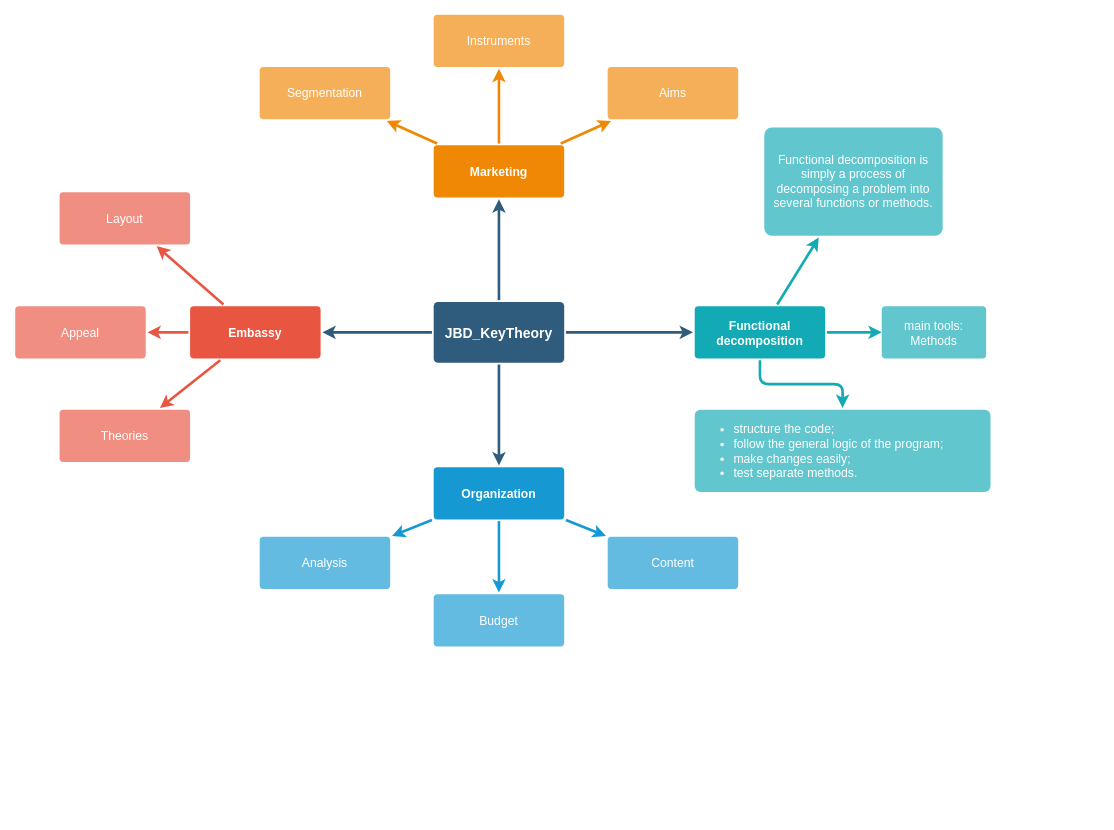
Above: Diagram/JBD_KeyConcepts.drawio in JimFKppt/MyNotes (draw.io), before the change. Source tidied: cells renumbered, new cells numbered last; positions are measured from the earlier drawing's top-left corner, leaving out a move shared by most shapes. Both pictures are drawn from the tidied source at 87%, with x=0, y=0 at pixel (15, 14).
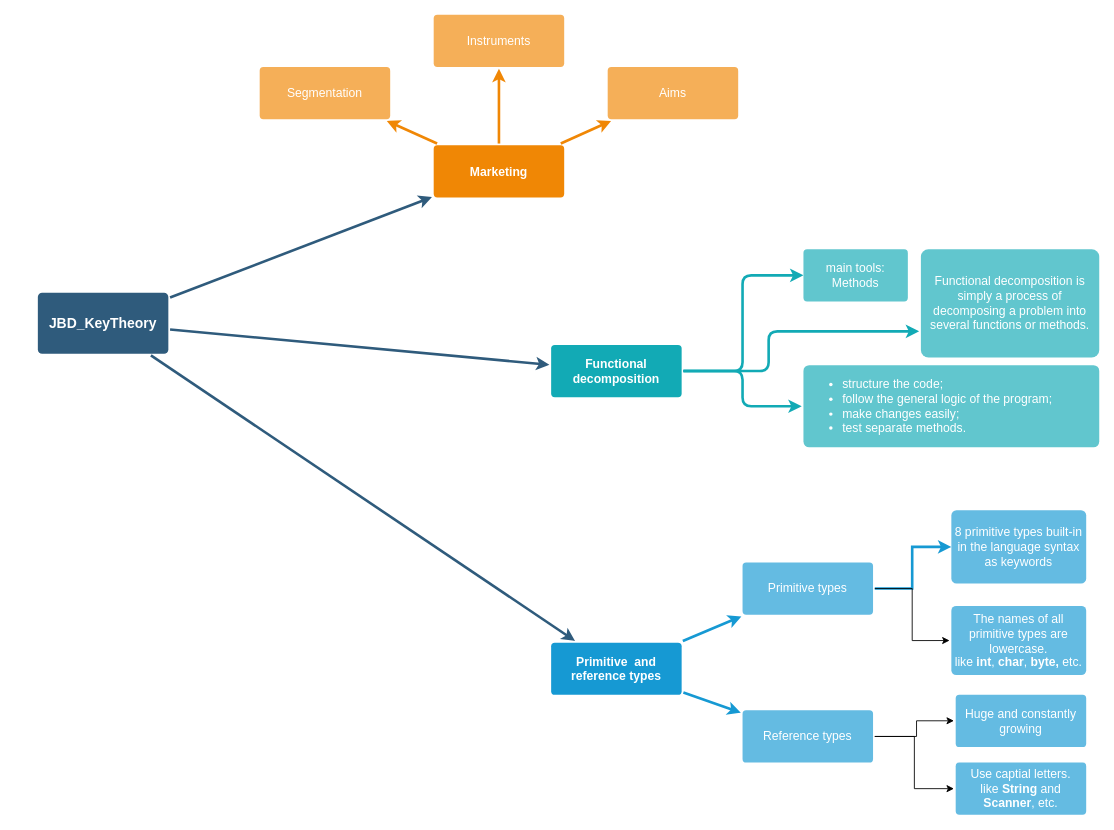
After the change.

Change to the diagram source:
```diff
@@
-    <mxCell id="5" style="edgeStyle=none;rounded=0;jumpStyle=none;html=1;shadow=0;labelBackgroundColor=none;startArrow=none;startFill=0;endArrow=classic;endFill=1;jettySize=auto;strokeColor=#2F5B7C;strokeWidth=3;fontFamily=Helvetica;fontSize=16;fontColor=#23445D;spacing=5;" parent="1" edge="1" source="6" target="10">
-      <mxGeometry relative="1" as="geometry" />
-    </mxCell>
     <mxCell id="6" value="JBD_KeyTheory" style="rounded=1;whiteSpace=wrap;html=1;shadow=0;labelBackgroundColor=none;strokeColor=none;strokeWidth=3;fillColor=#2F5B7C;fontFamily=Helvetica;fontSize=16;fontColor=#FFFFFF;align=center;fontStyle=1;spacing=5;arcSize=7;perimeterSpacing=2;" parent="1" vertex="1">
-      <mxGeometry x="481" y="330.5" width="150" height="70" as="geometry" />
+      <mxGeometry x="26" y="320" width="150" height="70" as="geometry" />
     </mxCell>
-    <mxCell id="7" style="edgeStyle=none;rounded=1;jumpStyle=none;html=1;shadow=0;labelBackgroundColor=none;startArrow=none;startFill=0;jettySize=auto;strokeColor=#E85642;strokeWidth=3;fontFamily=Helvetica;fontSize=14;fontColor=#FFFFFF;spacing=5;fontStyle=1;fillColor=#b0e3e6;" parent="1" edge="1" source="10" target="13">
-      <mxGeometry relative="1" as="geometry" />
-    </mxCell>
-    <mxCell id="8" style="edgeStyle=none;rounded=1;jumpStyle=none;html=1;shadow=0;labelBackgroundColor=none;startArrow=none;startFill=0;jettySize=auto;strokeColor=#E85642;strokeWidth=3;fontFamily=Helvetica;fontSize=14;fontColor=#FFFFFF;spacing=5;fontStyle=1;fillColor=#b0e3e6;" parent="1" edge="1" source="10" target="12">
-      <mxGeometry relative="1" as="geometry" />
-    </mxCell>
-    <mxCell id="9" style="edgeStyle=none;rounded=1;jumpStyle=none;html=1;shadow=0;labelBackgroundColor=none;startArrow=none;startFill=0;jettySize=auto;strokeColor=#E85642;strokeWidth=3;fontFamily=Helvetica;fontSize=14;fontColor=#FFFFFF;spacing=5;fontStyle=1;fillColor=#b0e3e6;" parent="1" edge="1" source="10" target="11">
-      <mxGeometry relative="1" as="geometry" />
-    </mxCell>
-    <mxCell id="10" value="Embassy" style="rounded=1;whiteSpace=wrap;html=1;shadow=0;labelBackgroundColor=none;strokeColor=none;strokeWidth=3;fillColor=#e85642;fontFamily=Helvetica;fontSize=14;fontColor=#FFFFFF;align=center;spacing=5;fontStyle=1;arcSize=7;perimeterSpacing=2;" parent="1" vertex="1">
-      <mxGeometry x="201" y="335.5" width="150" height="60" as="geometry" />
-    </mxCell>
-    <mxCell id="11" value="Theories" style="rounded=1;whiteSpace=wrap;html=1;shadow=0;labelBackgroundColor=none;strokeColor=none;strokeWidth=3;fillColor=#f08e81;fontFamily=Helvetica;fontSize=14;fontColor=#FFFFFF;align=center;spacing=5;fontStyle=0;arcSize=7;perimeterSpacing=2;" parent="1" vertex="1">
-      <mxGeometry x="51" y="454.5" width="150" height="60" as="geometry" />
-    </mxCell>
-    <mxCell id="12" value="Appeal" style="rounded=1;whiteSpace=wrap;html=1;shadow=0;labelBackgroundColor=none;strokeColor=none;strokeWidth=3;fillColor=#f08e81;fontFamily=Helvetica;fontSize=14;fontColor=#FFFFFF;align=center;spacing=5;fontStyle=0;arcSize=7;perimeterSpacing=2;" parent="1" vertex="1">
-      <mxGeometry y="335.5" width="150" height="60" as="geometry" />
-    </mxCell>
-    <mxCell id="13" value="Layout" style="rounded=1;whiteSpace=wrap;html=1;shadow=0;labelBackgroundColor=none;strokeColor=none;strokeWidth=3;fillColor=#f08e81;fontFamily=Helvetica;fontSize=14;fontColor=#FFFFFF;align=center;spacing=5;fontStyle=0;arcSize=7;perimeterSpacing=2;" parent="1" vertex="1">
-      <mxGeometry x="51" y="204.5" width="150" height="60" as="geometry" />
-    </mxCell>
@@
-    <mxCell id="16" style="edgeStyle=none;rounded=0;jumpStyle=none;html=1;shadow=0;labelBackgroundColor=none;startArrow=none;startFill=0;endArrow=classic;endFill=1;jettySize=auto;strokeColor=#1699D3;strokeWidth=3;fontFamily=Helvetica;fontSize=14;fontColor=#FFFFFF;spacing=5;" parent="1" edge="1" source="17" target="18">
-      <mxGeometry relative="1" as="geometry" />
-    </mxCell>
-    <mxCell id="17" value="Organization" style="rounded=1;whiteSpace=wrap;html=1;shadow=0;labelBackgroundColor=none;strokeColor=none;strokeWidth=3;fillColor=#1699d3;fontFamily=Helvetica;fontSize=14;fontColor=#FFFFFF;align=center;spacing=5;fontStyle=1;arcSize=7;perimeterSpacing=2;" parent="1" vertex="1">
-      <mxGeometry x="481" y="520.5" width="150" height="60" as="geometry" />
+    <mxCell id="17" value="Primitive&amp;nbsp; and reference types" style="rounded=1;whiteSpace=wrap;html=1;shadow=0;labelBackgroundColor=none;strokeColor=none;strokeWidth=3;fillColor=#1699d3;fontFamily=Helvetica;fontSize=14;fontColor=#FFFFFF;align=center;spacing=5;fontStyle=1;arcSize=7;perimeterSpacing=2;" parent="1" vertex="1">
+      <mxGeometry x="616" y="722.2" width="150" height="60" as="geometry" />
     </mxCell>
-    <mxCell id="18" value="Content" style="rounded=1;whiteSpace=wrap;html=1;shadow=0;labelBackgroundColor=none;strokeColor=none;strokeWidth=3;fillColor=#64bbe2;fontFamily=Helvetica;fontSize=14;fontColor=#FFFFFF;align=center;spacing=5;arcSize=7;perimeterSpacing=2;" parent="1" vertex="1">
-      <mxGeometry x="681" y="600.5" width="150" height="60" as="geometry" />
-    </mxCell>
+    <mxCell id="35" style="edgeStyle=orthogonalEdgeStyle;rounded=0;jettySize=auto;html=1;" parent="1" edge="1" source="19" target="41">
+      <mxGeometry relative="1" as="geometry">
+        <Array as="points">
+          <mxPoint x="1036" y="830" />
+          <mxPoint x="1036" y="812" />
+        </Array>
+      </mxGeometry>
+    </mxCell>
+    <mxCell id="36" style="edgeStyle=orthogonalEdgeStyle;rounded=0;jettySize=auto;html=1;" parent="1" edge="1" source="19" target="42">
+      <mxGeometry relative="1" as="geometry" />
+    </mxCell>
-    <mxCell id="19" value="Budget" style="rounded=1;whiteSpace=wrap;html=1;shadow=0;labelBackgroundColor=none;strokeColor=none;strokeWidth=3;fillColor=#64bbe2;fontFamily=Helvetica;fontSize=14;fontColor=#FFFFFF;align=center;spacing=5;arcSize=7;perimeterSpacing=2;" parent="1" vertex="1">
-      <mxGeometry x="481" y="666.5" width="150" height="60" as="geometry" />
+    <mxCell id="19" value="Reference types" style="rounded=1;whiteSpace=wrap;html=1;shadow=0;labelBackgroundColor=none;strokeColor=none;strokeWidth=3;fillColor=#64bbe2;fontFamily=Helvetica;fontSize=14;fontColor=#FFFFFF;align=center;spacing=5;arcSize=7;perimeterSpacing=2;" parent="1" vertex="1">
+      <mxGeometry x="836" y="800" width="150" height="60" as="geometry" />
     </mxCell>
+    <mxCell id="37" style="edgeStyle=orthogonalEdgeStyle;rounded=0;jettySize=auto;html=1;labelBackgroundColor=none;fontSize=14;strokeColor=#1699D3;fontColor=#FFFFFF;shadow=0;startArrow=none;startFill=0;endFill=1;strokeWidth=3;spacing=5;" parent="1" edge="1" source="20" target="39">
+      <mxGeometry relative="1" as="geometry" />
+    </mxCell>
+    <mxCell id="38" style="edgeStyle=orthogonalEdgeStyle;rounded=0;jettySize=auto;html=1;exitX=1;exitY=0.5;exitDx=0;exitDy=0;entryX=0;entryY=0.5;entryDx=0;entryDy=0;" parent="1" edge="1" source="20" target="40">
+      <mxGeometry relative="1" as="geometry" />
+    </mxCell>
-    <mxCell id="20" value="Analysis" style="rounded=1;whiteSpace=wrap;html=1;shadow=0;labelBackgroundColor=none;strokeColor=none;strokeWidth=3;fillColor=#64bbe2;fontFamily=Helvetica;fontSize=14;fontColor=#FFFFFF;align=center;spacing=5;arcSize=7;perimeterSpacing=2;" parent="1" vertex="1">
-      <mxGeometry x="281" y="600.5" width="150" height="60" as="geometry" />
+    <mxCell id="20" value="Primitive types" style="rounded=1;whiteSpace=wrap;html=1;shadow=0;labelBackgroundColor=none;strokeColor=none;strokeWidth=3;fillColor=#64bbe2;fontFamily=Helvetica;fontSize=14;fontColor=#FFFFFF;align=center;spacing=5;arcSize=7;perimeterSpacing=2;" parent="1" vertex="1">
+      <mxGeometry x="836" y="630" width="150" height="60" as="geometry" />
     </mxCell>
@@
-    <mxCell id="29" style="edgeStyle=orthogonalEdgeStyle;rounded=1;jettySize=auto;html=1;labelBackgroundColor=none;fontSize=14;strokeColor=#12AAB5;fontColor=#FFFFFF;shadow=0;startArrow=none;startFill=0;strokeWidth=3;spacing=5;fontStyle=1;fillColor=#b0e3e6;" parent="1" edge="1" source="30" target="34">
-      <mxGeometry relative="1" as="geometry" />
+    <mxCell id="29" style="edgeStyle=orthogonalEdgeStyle;rounded=1;jettySize=auto;html=1;labelBackgroundColor=none;fontSize=14;strokeColor=#12AAB5;fontColor=#FFFFFF;shadow=0;startArrow=none;startFill=0;strokeWidth=3;spacing=5;fontStyle=1;fillColor=#b0e3e6;entryX=0;entryY=0.5;entryDx=0;entryDy=0;" parent="1" edge="1" source="30" target="34">
+      <mxGeometry relative="1" as="geometry">
+        <Array as="points">
+          <mxPoint x="836" y="410" />
+          <mxPoint x="836" y="300" />
+        </Array>
+      </mxGeometry>
     </mxCell>
+    <mxCell id="32" style="edgeStyle=orthogonalEdgeStyle;rounded=1;jettySize=auto;html=1;exitX=1;exitY=0.5;exitDx=0;exitDy=0;entryX=0;entryY=0.75;entryDx=0;entryDy=0;labelBackgroundColor=none;fontSize=14;strokeColor=#12AAB5;fontColor=#FFFFFF;shadow=0;startArrow=none;startFill=0;endFill=1;strokeWidth=3;spacing=5;fontStyle=1;fillColor=#b0e3e6;" parent="1" edge="1" source="30" target="31">
+      <mxGeometry relative="1" as="geometry">
+        <Array as="points">
+          <mxPoint x="866" y="410" />
+          <mxPoint x="866" y="364" />
+        </Array>
+      </mxGeometry>
+    </mxCell>
     <mxCell id="30" value="Functional decomposition" style="rounded=1;whiteSpace=wrap;html=1;shadow=0;labelBackgroundColor=none;strokeColor=none;strokeWidth=3;fillColor=#12aab5;fontFamily=Helvetica;fontSize=14;fontColor=#FFFFFF;align=center;spacing=5;fontStyle=1;arcSize=7;perimeterSpacing=2;" parent="1" vertex="1">
-      <mxGeometry x="781" y="335.5" width="150" height="60" as="geometry" />
+      <mxGeometry x="616" y="380" width="150" height="60" as="geometry" />
     </mxCell>
     <mxCell id="31" value="Functional decomposition is simply a process of decomposing a problem into several functions or methods." style="rounded=1;whiteSpace=wrap;html=1;shadow=0;labelBackgroundColor=none;strokeColor=none;strokeWidth=3;fillColor=#61c6ce;fontFamily=Helvetica;fontSize=14;fontColor=#FFFFFF;align=center;spacing=5;fontStyle=0;arcSize=7;perimeterSpacing=2;" parent="1" vertex="1">
-      <mxGeometry x="861" y="130" width="205" height="124.5" as="geometry" />
+      <mxGeometry x="1041" y="270" width="205" height="124.5" as="geometry" />
     </mxCell>
-    <mxCell id="32" style="edgeStyle=none;rounded=1;jumpStyle=none;html=1;shadow=0;labelBackgroundColor=none;startArrow=none;startFill=0;jettySize=auto;strokeColor=#12AAB5;strokeWidth=3;fontFamily=Helvetica;fontSize=14;fontColor=#FFFFFF;spacing=5;fontStyle=1;fillColor=#b0e3e6;" parent="1" edge="1" source="30" target="31">
-      <mxGeometry relative="1" as="geometry" />
-    </mxCell>
     <mxCell id="33" value="&lt;ul&gt;&lt;li&gt;structure the code;&lt;/li&gt;&lt;li&gt;follow the general logic of the program;&lt;/li&gt;&lt;li&gt;make changes easily;&lt;/li&gt;&lt;li&gt;test separate methods.&lt;/li&gt;&lt;/ul&gt;" style="rounded=1;whiteSpace=wrap;html=1;shadow=0;labelBackgroundColor=none;strokeColor=none;strokeWidth=3;fillColor=#61c6ce;fontFamily=Helvetica;fontSize=14;fontColor=#FFFFFF;align=left;spacing=5;fontStyle=0;arcSize=7;perimeterSpacing=2;" parent="1" vertex="1">
-      <mxGeometry x="781" y="454.5" width="340" height="94.5" as="geometry" />
+      <mxGeometry x="906" y="403.2" width="340" height="94.5" as="geometry" />
     </mxCell>
     <mxCell id="34" value="main tools: Methods" style="whiteSpace=wrap;html=1;fontSize=14;fillColor=#61c6ce;strokeColor=none;fontColor=#FFFFFF;rounded=1;shadow=0;labelBackgroundColor=none;strokeWidth=3;spacing=5;fontStyle=0;arcSize=7;" parent="1" vertex="1">
-      <mxGeometry x="996" y="335.5" width="120" height="60" as="geometry" />
+      <mxGeometry x="906" y="270" width="120" height="60" as="geometry" />
     </mxCell>
+    <mxCell id="39" value="8 primitive types built-in in the language syntax as keywords" style="whiteSpace=wrap;html=1;fontSize=14;fillColor=#64bbe2;strokeColor=none;fontColor=#FFFFFF;rounded=1;shadow=0;labelBackgroundColor=none;strokeWidth=3;spacing=5;arcSize=7;" parent="1" vertex="1">
+      <mxGeometry x="1076" y="570" width="155" height="84.2" as="geometry" />
+    </mxCell>
+    <mxCell id="40" value="The names of all primitive types are lowercase.&lt;br&gt;like &lt;b&gt;int&lt;/b&gt;, &lt;b&gt;char&lt;/b&gt;, &lt;b&gt;byte,&lt;/b&gt; etc." style="rounded=1;whiteSpace=wrap;html=1;shadow=0;labelBackgroundColor=none;strokeColor=none;strokeWidth=3;fillColor=#64bbe2;fontFamily=Helvetica;fontSize=14;fontColor=#FFFFFF;align=center;spacing=5;arcSize=7;perimeterSpacing=2;" parent="1" vertex="1">
+      <mxGeometry x="1076" y="680" width="155" height="79.5" as="geometry" />
+    </mxCell>
+    <mxCell id="41" value="Huge and constantly growing" style="rounded=1;whiteSpace=wrap;html=1;shadow=0;labelBackgroundColor=none;strokeColor=none;strokeWidth=3;fillColor=#64bbe2;fontFamily=Helvetica;fontSize=14;fontColor=#FFFFFF;align=center;spacing=5;arcSize=7;perimeterSpacing=2;" parent="1" vertex="1">
+      <mxGeometry x="1081" y="782.2" width="150" height="60" as="geometry" />
+    </mxCell>
+    <mxCell id="42" value="Use captial letters.&lt;br&gt;like &lt;b&gt;String&lt;/b&gt; and &lt;b&gt;Scanner&lt;/b&gt;, etc." style="rounded=1;whiteSpace=wrap;html=1;shadow=0;labelBackgroundColor=none;strokeColor=none;strokeWidth=3;fillColor=#64bbe2;fontFamily=Helvetica;fontSize=14;fontColor=#FFFFFF;align=center;spacing=5;arcSize=7;perimeterSpacing=2;" parent="1" vertex="1">
+      <mxGeometry x="1081" y="860" width="150" height="60" as="geometry" />
+    </mxCell>
```
